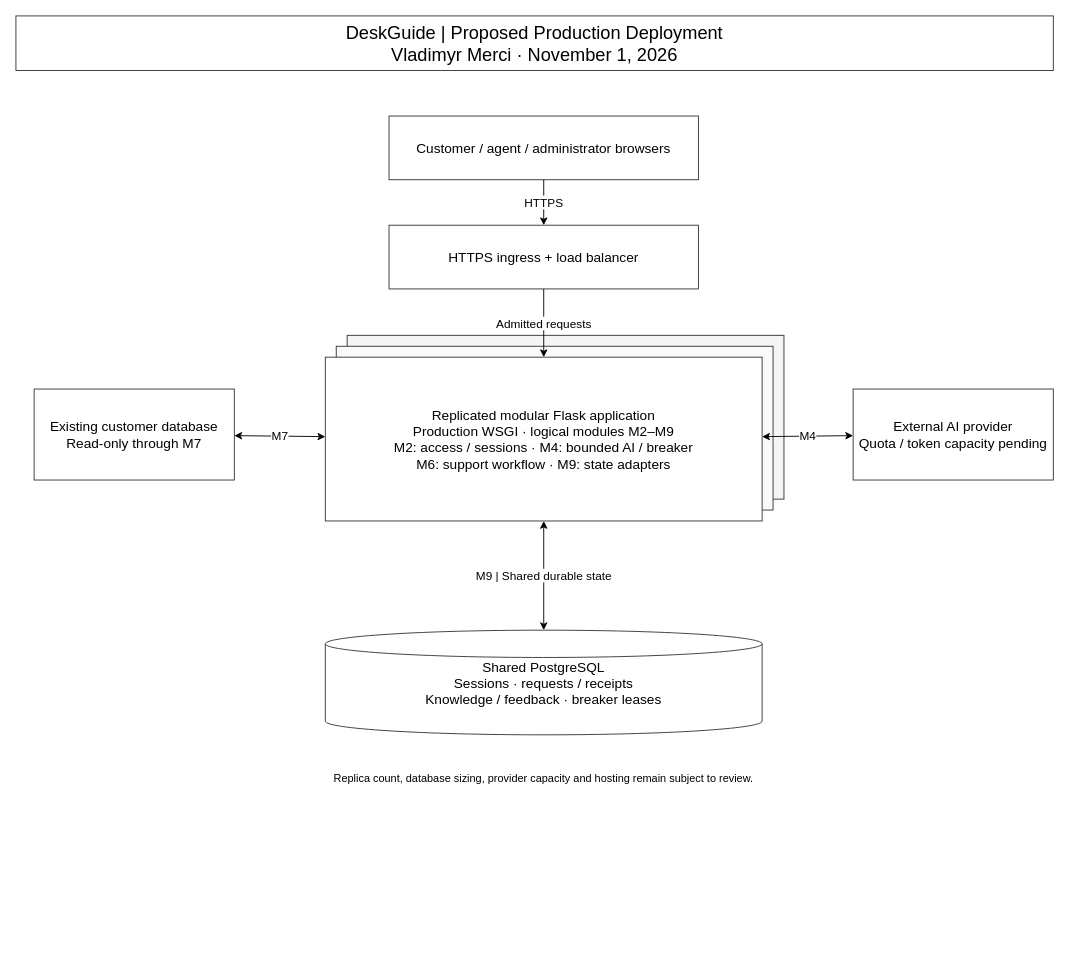
vlad8110/deskguide keeps this draw.io diagram as page "Production deployment" (2 of 2) of docs/unit-3/architecture-first-draft/deskguide-unit-3-architecture.drawio. Above is the earlier version. Source tidied: cells renumbered, new cells numbered last; positions are measured from the earlier drawing's top-left corner, leaving out a move shared by most shapes. Both pictures are drawn from the tidied source at 91%, with x=0, y=0 at pixel (15, 15).
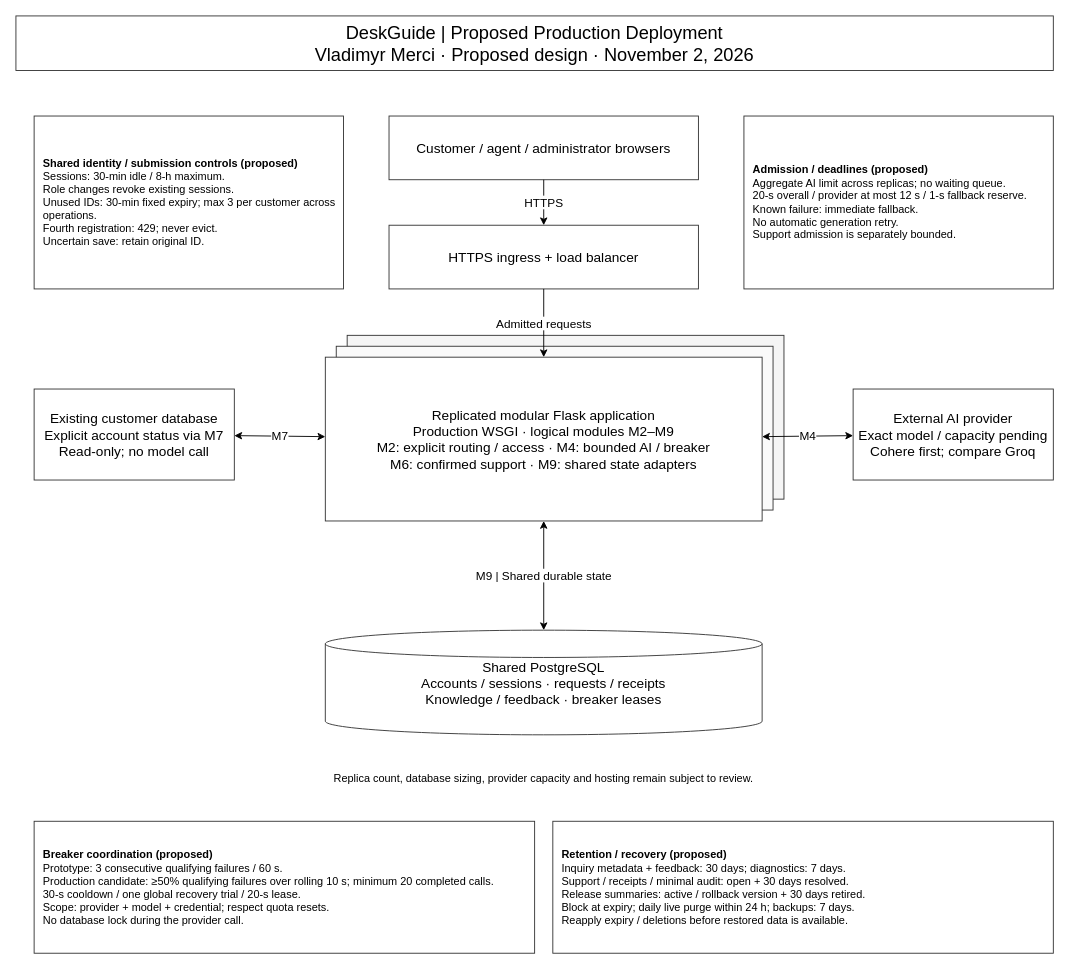
The same diagram, later.

What changed in the source:
```diff
@@
-    <mxCell id="2" value="DeskGuide | Proposed Production Deployment&lt;br&gt;Vladimyr Merci · November 1, 2026" style="rounded=0;whiteSpace=wrap;html=1;fontFamily=Arial;fontSize=15;fontColor=#000000;strokeColor=#333333;fillColor=#FFFFFF;fontSize=20;" parent="1" vertex="1">
+    <mxCell id="2" value="DeskGuide | Proposed Production Deployment&lt;br&gt;Vladimyr Merci · Proposed design · November 2, 2026" style="rounded=0;whiteSpace=wrap;html=1;fontFamily=Arial;fontSize=15;fontColor=#000000;strokeColor=#333333;fillColor=#FFFFFF;fontSize=20;" parent="1" vertex="1">
       <mxGeometry width="1140" height="60" as="geometry" />
     </mxCell>
@@
-    <mxCell id="7" value="Replicated modular Flask application&lt;br&gt;Production WSGI · logical modules M2–M9&lt;br&gt;M2: access / sessions · M4: bounded AI / breaker&lt;br&gt;M6: support workflow · M9: state adapters" style="rounded=0;whiteSpace=wrap;html=1;fontFamily=Arial;fontSize=15;fontColor=#000000;strokeColor=#333333;fillColor=#FFFFFF;" parent="1" vertex="1">
+    <mxCell id="7" value="Replicated modular Flask application&lt;br&gt;Production WSGI · logical modules M2–M9&lt;br&gt;M2: explicit routing / access · M4: bounded AI / breaker&lt;br&gt;M6: confirmed support · M9: shared state adapters" style="rounded=0;whiteSpace=wrap;html=1;fontFamily=Arial;fontSize=15;fontColor=#000000;strokeColor=#333333;fillColor=#FFFFFF;" parent="1" vertex="1">
       <mxGeometry x="340" y="375" width="480" height="180" as="geometry" />
     </mxCell>
-    <mxCell id="8" value="External AI provider&lt;br&gt;Quota / token capacity pending" style="rounded=0;whiteSpace=wrap;html=1;fontFamily=Arial;fontSize=15;fontColor=#000000;strokeColor=#333333;fillColor=#FFFFFF;" parent="1" vertex="1">
+    <mxCell id="8" value="External AI provider&lt;br&gt;Exact model / capacity pending&lt;br&gt;Cohere first; compare Groq" style="rounded=0;whiteSpace=wrap;html=1;fontFamily=Arial;fontSize=15;fontColor=#000000;strokeColor=#333333;fillColor=#FFFFFF;" parent="1" vertex="1">
       <mxGeometry x="920" y="410" width="220" height="100" as="geometry" />
     </mxCell>
-    <mxCell id="9" value="Existing customer database&lt;br&gt;Read-only through M7" style="rounded=0;whiteSpace=wrap;html=1;fontFamily=Arial;fontSize=15;fontColor=#000000;strokeColor=#333333;fillColor=#FFFFFF;" parent="1" vertex="1">
+    <mxCell id="9" value="Existing customer database&lt;br&gt;Explicit account status via M7&lt;br&gt;Read-only; no model call" style="rounded=0;whiteSpace=wrap;html=1;fontFamily=Arial;fontSize=15;fontColor=#000000;strokeColor=#333333;fillColor=#FFFFFF;" parent="1" vertex="1">
       <mxGeometry x="20" y="410" width="220" height="100" as="geometry" />
     </mxCell>
-    <mxCell id="10" value="Shared PostgreSQL&lt;br&gt;Sessions · requests / receipts&lt;br&gt;Knowledge / feedback · breaker leases" style="rounded=0;whiteSpace=wrap;html=1;fontFamily=Arial;fontSize=15;fontColor=#000000;strokeColor=#333333;fillColor=#FFFFFF;shape=cylinder3;size=15;" parent="1" vertex="1">
+    <mxCell id="10" value="Shared PostgreSQL&lt;br&gt;Accounts / sessions · requests / receipts&lt;br&gt;Knowledge / feedback · breaker leases" style="rounded=0;whiteSpace=wrap;html=1;fontFamily=Arial;fontSize=15;fontColor=#000000;strokeColor=#333333;fillColor=#FFFFFF;shape=cylinder3;size=15;" parent="1" vertex="1">
       <mxGeometry x="340" y="675" width="480" height="115" as="geometry" />
     </mxCell>
@@
+    <mxCell id="17" value="&lt;b&gt;Shared identity / submission controls (proposed)&lt;/b&gt;&lt;br&gt;Sessions: 30-min idle / 8-h maximum.&lt;br&gt;Role changes revoke existing sessions.&lt;br&gt;Unused IDs: 30-min fixed expiry; max 3 per customer across operations.&lt;br&gt;Fourth registration: 429; never evict.&lt;br&gt;Uncertain save: retain original ID." style="rounded=0;whiteSpace=wrap;html=1;fontFamily=Arial;fontSize=12;fontColor=#000000;strokeColor=#333333;fillColor=#FFFFFF;align=left;verticalAlign=middle;spacing=10;" parent="1" vertex="1">
+      <mxGeometry x="20" y="110" width="340" height="190" as="geometry" />
+    </mxCell>
+    <mxCell id="18" value="&lt;b&gt;Admission / deadlines (proposed)&lt;/b&gt;&lt;br&gt;Aggregate AI limit across replicas; no waiting queue.&lt;br&gt;20-s overall / provider at most 12 s / 1-s fallback reserve.&lt;br&gt;Known failure: immediate fallback.&lt;br&gt;No automatic generation retry.&lt;br&gt;Support admission is separately bounded." style="rounded=0;whiteSpace=wrap;html=1;fontFamily=Arial;fontSize=12;fontColor=#000000;strokeColor=#333333;fillColor=#FFFFFF;align=left;verticalAlign=middle;spacing=10;" parent="1" vertex="1">
+      <mxGeometry x="800" y="110" width="340" height="190" as="geometry" />
+    </mxCell>
+    <mxCell id="19" value="&lt;b&gt;Breaker coordination (proposed)&lt;/b&gt;&lt;br&gt;Prototype: 3 consecutive qualifying failures / 60 s.&lt;br&gt;Production candidate: ≥50% qualifying failures over rolling 10 s; minimum 20 completed calls.&lt;br&gt;30-s cooldown / one global recovery trial / 20-s lease.&lt;br&gt;Scope: provider + model + credential; respect quota resets.&lt;br&gt;No database lock during the provider call." style="rounded=0;whiteSpace=wrap;html=1;fontFamily=Arial;fontSize=12;fontColor=#000000;strokeColor=#333333;fillColor=#FFFFFF;align=left;verticalAlign=middle;spacing=10;" parent="1" vertex="1">
+      <mxGeometry x="20" y="885" width="550" height="145" as="geometry" />
+    </mxCell>
+    <mxCell id="20" value="&lt;b&gt;Retention / recovery (proposed)&lt;/b&gt;&lt;br&gt;Inquiry metadata + feedback: 30 days; diagnostics: 7 days.&lt;br&gt;Support / receipts / minimal audit: open + 30 days resolved.&lt;br&gt;Release summaries: active / rollback version + 30 days retired.&lt;br&gt;Block at expiry; daily live purge within 24 h; backups: 7 days.&lt;br&gt;Reapply expiry / deletions before restored data is available." style="rounded=0;whiteSpace=wrap;html=1;fontFamily=Arial;fontSize=12;fontColor=#000000;strokeColor=#333333;fillColor=#FFFFFF;align=left;verticalAlign=middle;spacing=10;" parent="1" vertex="1">
+      <mxGeometry x="590" y="885" width="550" height="145" as="geometry" />
+    </mxCell>
```
